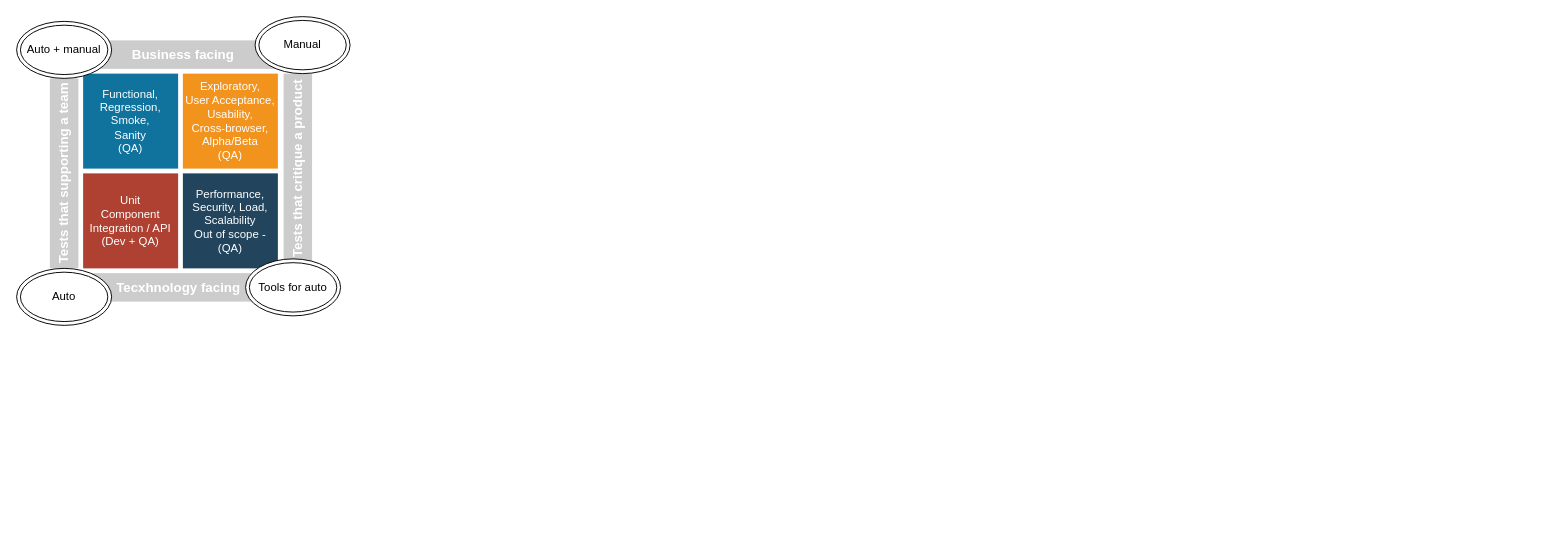
The draw.io diagram testing quadrant.drawio in NataliaShylina/inzyneria_oprogramowania_25, before the edit. Source tidied: cells renumbered, new cells numbered last; positions are measured from the earlier drawing's top-left corner, leaving out a move shared by most shapes. Both pictures are drawn from the tidied source at 95%, with x=0, y=0 at pixel (16, 16).
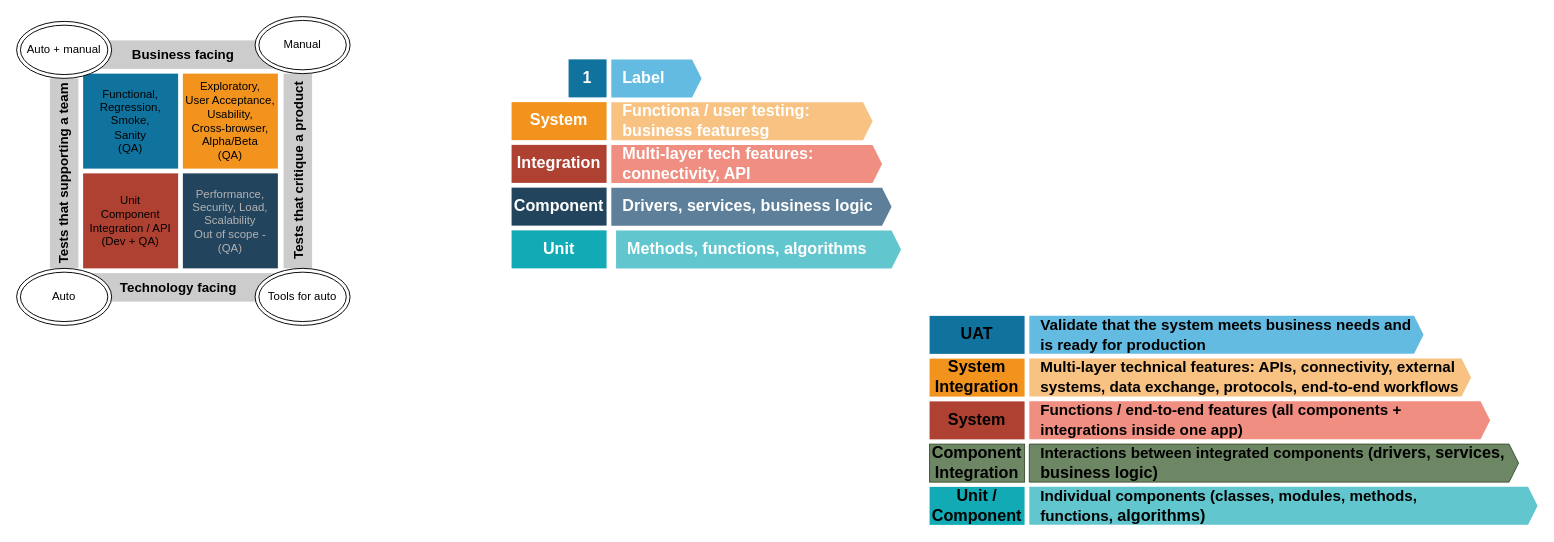
The same diagram, later.

Change to the diagram source:
```diff
@@
-    <mxCell id="2" value="Functional,&lt;div&gt;Regression,&lt;/div&gt;&lt;div&gt;Smoke,&lt;/div&gt;&lt;div&gt;Sanity&lt;/div&gt;&lt;div&gt;(QA)&lt;/div&gt;" style="html=1;fillColor=#10739E;strokeColor=none;shadow=0;fontSize=12;fontColor=#FFFFFF;align=center;fontStyle=0;whiteSpace=wrap;rounded=0;" parent="1" vertex="1">
+    <mxCell id="2" value="Functional,&lt;div&gt;Regression,&lt;/div&gt;&lt;div&gt;Smoke,&lt;/div&gt;&lt;div&gt;Sanity&lt;/div&gt;&lt;div&gt;(QA)&lt;/div&gt;" style="html=1;fillColor=#10739E;strokeColor=none;shadow=0;fontSize=12;fontColor=#000000;align=center;fontStyle=0;whiteSpace=wrap;rounded=0;" parent="1" vertex="1">
       <mxGeometry x="70" y="60" width="100" height="100" as="geometry" />
     </mxCell>
-    <mxCell id="3" value="Exploratory,&lt;div&gt;User Acceptance,&lt;/div&gt;&lt;div&gt;Usability,&lt;/div&gt;&lt;div&gt;Cross-browser,&lt;/div&gt;&lt;div&gt;Alpha/Beta&lt;/div&gt;&lt;div&gt;(QA)&lt;/div&gt;" style="html=1;fillColor=#F2931E;strokeColor=none;shadow=0;fontSize=12;fontColor=#FFFFFF;align=center;fontStyle=0;whiteSpace=wrap;rounded=0;" parent="1" vertex="1">
+    <mxCell id="3" value="Exploratory,&lt;div&gt;User Acceptance,&lt;/div&gt;&lt;div&gt;Usability,&lt;/div&gt;&lt;div&gt;Cross-browser,&lt;/div&gt;&lt;div&gt;Alpha/Beta&lt;/div&gt;&lt;div&gt;(QA)&lt;/div&gt;" style="html=1;fillColor=#F2931E;strokeColor=none;shadow=0;fontSize=12;fontColor=#000000;align=center;fontStyle=0;whiteSpace=wrap;rounded=0;" parent="1" vertex="1">
       <mxGeometry x="175" y="60" width="100" height="100" as="geometry" />
     </mxCell>
-    <mxCell id="4" value="Unit&lt;div&gt;Component&lt;/div&gt;&lt;div&gt;Integration / API&lt;/div&gt;&lt;div&gt;(Dev + QA)&lt;/div&gt;" style="html=1;fillColor=#AE4132;strokeColor=none;shadow=0;fontSize=12;fontColor=#FFFFFF;align=center;fontStyle=0;whiteSpace=wrap;rounded=0;" parent="1" vertex="1">
+    <mxCell id="4" value="Unit&lt;div&gt;Component&lt;/div&gt;&lt;div&gt;Integration / API&lt;/div&gt;&lt;div&gt;(Dev + QA)&lt;/div&gt;" style="html=1;fillColor=#AE4132;strokeColor=none;shadow=0;fontSize=12;fontColor=#000000;align=center;fontStyle=0;whiteSpace=wrap;rounded=0;" parent="1" vertex="1">
       <mxGeometry x="70" y="165" width="100" height="100" as="geometry" />
     </mxCell>
-    <mxCell id="5" value="Performance,&lt;div&gt;Security, Load,&lt;/div&gt;&lt;div&gt;Scalability&lt;/div&gt;&lt;div&gt;Out of scope - (QA)&lt;/div&gt;" style="html=1;fillColor=#23445D;strokeColor=none;shadow=0;fontSize=12;fontColor=#FFFFFF;align=center;fontStyle=0;whiteSpace=wrap;rounded=0;" parent="1" vertex="1">
+    <mxCell id="5" value="Performance,&lt;div&gt;Security, Load,&lt;/div&gt;&lt;div&gt;Scalability&lt;/div&gt;&lt;div&gt;Out of scope - (QA)&lt;/div&gt;" style="html=1;fillColor=#23445D;strokeColor=none;shadow=0;fontSize=12;fontColor=#B3B3B3;align=center;fontStyle=0;whiteSpace=wrap;rounded=0;" parent="1" vertex="1">
       <mxGeometry x="175" y="165" width="100" height="100" as="geometry" />
     </mxCell>
-    <mxCell id="6" value="Tecxhnology facing" style="html=1;fillColor=#CCCCCC;strokeColor=none;shadow=0;fontSize=14;fontColor=#FFFFFF;align=center;fontStyle=1;whiteSpace=wrap;horizontal=0;rounded=0;rotation=90;" parent="1" vertex="1">
+    <mxCell id="6" value="Technology facing" style="html=1;fillColor=#CCCCCC;strokeColor=none;shadow=0;fontSize=14;fontColor=#000000;align=center;fontStyle=1;whiteSpace=wrap;horizontal=0;rounded=0;rotation=90;" parent="1" vertex="1">
       <mxGeometry x="155.5" y="182.5" width="30" height="205" as="geometry" />
     </mxCell>
-    <mxCell id="7" value="Tests that supporting a team" style="html=1;fillColor=#CCCCCC;strokeColor=none;shadow=0;fontSize=14;fontColor=#FFFFFF;align=center;fontStyle=1;whiteSpace=wrap;horizontal=0;rounded=0;" parent="1" vertex="1">
+    <mxCell id="7" value="Tests that supporting a team" style="html=1;fillColor=#CCCCCC;strokeColor=none;shadow=0;fontSize=14;fontColor=#000000;align=center;fontStyle=1;whiteSpace=wrap;horizontal=0;rounded=0;" parent="1" vertex="1">
       <mxGeometry x="35" y="65" width="30" height="200" as="geometry" />
     </mxCell>
-    <mxCell id="8" value="Business facing" style="html=1;fillColor=#CCCCCC;strokeColor=none;shadow=0;fontSize=14;fontColor=#FFFFFF;align=center;fontStyle=1;whiteSpace=wrap;rounded=0;" parent="1" vertex="1">
+    <mxCell id="8" value="Business facing" style="html=1;fillColor=#CCCCCC;strokeColor=none;shadow=0;fontSize=14;fontColor=#000000;align=center;fontStyle=1;whiteSpace=wrap;rounded=0;" parent="1" vertex="1">
       <mxGeometry x="70" y="25" width="211" height="30" as="geometry" />
     </mxCell>
-    <mxCell id="9" value="Tests that critique a product" style="html=1;fillColor=#CCCCCC;strokeColor=none;shadow=0;fontSize=14;fontColor=#FFFFFF;align=center;fontStyle=1;whiteSpace=wrap;rounded=0;rotation=-90;" parent="1" vertex="1">
-      <mxGeometry x="196" y="145" width="200" height="30" as="geometry" />
+    <mxCell id="9" value="Tests that critique a product" style="html=1;fillColor=#CCCCCC;strokeColor=none;shadow=0;fontSize=14;fontColor=#000000;align=center;fontStyle=1;whiteSpace=wrap;rounded=0;rotation=-90;" parent="1" vertex="1">
+      <mxGeometry x="193.5" y="147.5" width="205" height="30" as="geometry" />
     </mxCell>
@@
     <mxCell id="13" value="Tools for auto" style="ellipse;shape=doubleEllipse;whiteSpace=wrap;html=1;" parent="1" vertex="1">
-      <mxGeometry x="241" y="255" width="100" height="60" as="geometry" />
+      <mxGeometry x="251" y="265" width="100" height="60" as="geometry" />
     </mxCell>
+    <mxCell id="14" value="1" style="html=1;whiteSpace=wrap;fillColor=#10739E;strokeColor=none;shadow=0;fontSize=17;fontColor=#FFFFFF;align=center;fontStyle=1;rounded=0;" parent="1" vertex="1">
+      <mxGeometry x="581" y="45" width="40" height="40" as="geometry" />
+    </mxCell>
+    <mxCell id="15" value="Label" style="shape=mxgraph.infographic.ribbonSimple;notch1=0;notch2=10;notch=0;html=1;whiteSpace=wrap;fillColor=#64BBE2;strokeColor=none;shadow=0;fontSize=17;fontColor=#FFFFFF;align=left;spacingLeft=10;fontStyle=1;" parent="1" vertex="1">
+      <mxGeometry x="626" y="45" width="95" height="40" as="geometry" />
+    </mxCell>
+    <mxCell id="16" value="System" style="html=1;whiteSpace=wrap;fillColor=#F2931E;strokeColor=none;shadow=0;fontSize=17;fontColor=#FFFFFF;align=center;fontStyle=1;rounded=0;" parent="1" vertex="1">
+      <mxGeometry x="521" y="90" width="100" height="40" as="geometry" />
+    </mxCell>
+    <mxCell id="17" value="Functiona / user testing: business featuresg" style="shape=mxgraph.infographic.ribbonSimple;notch1=0;notch2=10;notch=0;html=1;whiteSpace=wrap;fillColor=#F8C382;strokeColor=none;shadow=0;fontSize=17;fontColor=#FFFFFF;align=left;spacingLeft=10;fontStyle=1;" parent="1" vertex="1">
+      <mxGeometry x="626" y="90" width="275" height="40" as="geometry" />
+    </mxCell>
+    <mxCell id="18" value="Integration" style="html=1;whiteSpace=wrap;fillColor=#AE4132;strokeColor=none;shadow=0;fontSize=17;fontColor=#FFFFFF;align=center;fontStyle=1;rounded=0;" parent="1" vertex="1">
+      <mxGeometry x="521" y="135" width="100" height="40" as="geometry" />
+    </mxCell>
+    <mxCell id="19" value="Multi-layer tech features: connectivity, API" style="shape=mxgraph.infographic.ribbonSimple;notch1=0;notch2=10;notch=0;html=1;whiteSpace=wrap;fillColor=#F08E81;strokeColor=none;shadow=0;fontSize=17;fontColor=#FFFFFF;align=left;spacingLeft=10;fontStyle=1;" parent="1" vertex="1">
+      <mxGeometry x="626" y="135" width="285" height="40" as="geometry" />
+    </mxCell>
+    <mxCell id="20" value="Component" style="html=1;whiteSpace=wrap;fillColor=#23445D;strokeColor=none;shadow=0;fontSize=17;fontColor=#FFFFFF;align=center;fontStyle=1;rounded=0;" parent="1" vertex="1">
+      <mxGeometry x="521" y="180" width="100" height="40" as="geometry" />
+    </mxCell>
+    <mxCell id="21" value="Drivers, services, business logic" style="shape=mxgraph.infographic.ribbonSimple;notch1=0;notch2=10;notch=0;html=1;whiteSpace=wrap;fillColor=#5D7F99;strokeColor=none;shadow=0;fontSize=17;fontColor=#FFFFFF;align=left;spacingLeft=10;fontStyle=1;" parent="1" vertex="1">
+      <mxGeometry x="626" y="180" width="295" height="40" as="geometry" />
+    </mxCell>
+    <mxCell id="22" value="&lt;span style=&quot;text-align: left;&quot;&gt;Unit&lt;/span&gt;" style="html=1;whiteSpace=wrap;fillColor=#12AAB5;strokeColor=none;shadow=0;fontSize=17;fontColor=#FFFFFF;align=center;fontStyle=1;rounded=0;" parent="1" vertex="1">
+      <mxGeometry x="521" y="225" width="100" height="40" as="geometry" />
+    </mxCell>
+    <mxCell id="23" value="Methods, functions, algorithms" style="shape=mxgraph.infographic.ribbonSimple;notch1=0;notch2=10;notch=0;html=1;whiteSpace=wrap;fillColor=#61C6CE;strokeColor=none;shadow=0;fontSize=17;fontColor=#FFFFFF;align=left;spacingLeft=10;fontStyle=1;" parent="1" vertex="1">
+      <mxGeometry x="631" y="225" width="300" height="40" as="geometry" />
+    </mxCell>
+    <mxCell id="24" value="UAT" style="html=1;whiteSpace=wrap;fillColor=#10739E;strokeColor=none;shadow=0;fontSize=17;fontColor=#000000;align=center;fontStyle=1;rounded=0;" parent="1" vertex="1">
+      <mxGeometry x="961" y="315" width="100" height="40" as="geometry" />
+    </mxCell>
+    <mxCell id="25" value="&lt;span style=&quot;caret-color: rgb(0, 0, 0); color: rgb(0, 0, 0); font-size: medium;&quot;&gt;Validate that the system meets business needs and is ready for production&lt;/span&gt;" style="shape=mxgraph.infographic.ribbonSimple;notch1=0;notch2=10;notch=0;html=1;whiteSpace=wrap;fillColor=#64BBE2;strokeColor=none;shadow=0;fontSize=17;fontColor=#FFFFFF;align=left;spacingLeft=10;fontStyle=1;" parent="1" vertex="1">
+      <mxGeometry x="1066" y="315" width="415" height="40" as="geometry" />
+    </mxCell>
+    <mxCell id="26" value="System Integration" style="html=1;whiteSpace=wrap;fillColor=#F2931E;strokeColor=none;shadow=0;fontSize=17;fontColor=#000000;align=center;fontStyle=1;rounded=0;" parent="1" vertex="1">
+      <mxGeometry x="961" y="360" width="100" height="40" as="geometry" />
+    </mxCell>
+    <mxCell id="27" value="&lt;span style=&quot;font-size: medium;&quot;&gt;Multi-layer technical features: APIs, connectivity, external systems,&amp;nbsp;&lt;/span&gt;&lt;span style=&quot;font-size: medium;&quot;&gt;data exchange, protocols, end-to-end workflows&lt;/span&gt;" style="shape=mxgraph.infographic.ribbonSimple;notch1=0;notch2=10;notch=0;html=1;whiteSpace=wrap;fillColor=#F8C382;strokeColor=none;shadow=0;fontSize=17;fontColor=#000000;align=left;spacingLeft=10;fontStyle=1;" parent="1" vertex="1">
+      <mxGeometry x="1066" y="360" width="465" height="40" as="geometry" />
+    </mxCell>
+    <mxCell id="28" value="System" style="html=1;whiteSpace=wrap;fillColor=#AE4132;strokeColor=none;shadow=0;fontSize=17;fontColor=#000000;align=center;fontStyle=1;rounded=0;" parent="1" vertex="1">
+      <mxGeometry x="961" y="405" width="100" height="40" as="geometry" />
+    </mxCell>
+    <mxCell id="29" value="&lt;span style=&quot;font-size: medium;&quot;&gt;Functions / end-to-end features (&lt;/span&gt;&lt;span style=&quot;font-size: medium;&quot;&gt;all components + integrations inside one app)&lt;/span&gt;" style="shape=mxgraph.infographic.ribbonSimple;notch1=0;notch2=10;notch=0;html=1;whiteSpace=wrap;fillColor=#F08E81;strokeColor=none;shadow=0;fontSize=17;fontColor=#000000;align=left;spacingLeft=10;fontStyle=1;" parent="1" vertex="1">
+      <mxGeometry x="1066" y="405" width="485" height="40" as="geometry" />
+    </mxCell>
+    <mxCell id="30" value="Component Integration" style="html=1;whiteSpace=wrap;fillColor=#6d8764;strokeColor=#3A5431;shadow=0;fontSize=17;fontColor=#000000;align=center;fontStyle=1;rounded=0;" parent="1" vertex="1">
+      <mxGeometry x="961" y="450" width="100" height="40" as="geometry" />
+    </mxCell>
+    <mxCell id="31" value="&lt;span style=&quot;font-size: medium;&quot;&gt;Interactions between integrated components (d&lt;/span&gt;rivers, services, business logic)" style="shape=mxgraph.infographic.ribbonSimple;notch1=0;notch2=10;notch=0;html=1;whiteSpace=wrap;fillColor=#6d8764;strokeColor=#3A5431;shadow=0;fontSize=17;fontColor=#000000;align=left;spacingLeft=10;fontStyle=1;" parent="1" vertex="1">
+      <mxGeometry x="1066" y="450" width="515" height="40" as="geometry" />
+    </mxCell>
+    <mxCell id="32" value="&lt;span style=&quot;text-align: left;&quot;&gt;Unit / Component&lt;/span&gt;" style="html=1;whiteSpace=wrap;fillColor=#12AAB5;strokeColor=none;shadow=0;fontSize=17;fontColor=#000000;align=center;fontStyle=1;rounded=0;" parent="1" vertex="1">
+      <mxGeometry x="961" y="495" width="100" height="40" as="geometry" />
+    </mxCell>
+    <mxCell id="33" value="&lt;span style=&quot;color: rgb(0, 0, 0);&quot;&gt;&lt;span style=&quot;font-size: medium;&quot;&gt;Individual components (classes, modules, methods, functions,&lt;/span&gt;&amp;nbsp;algorithms)&lt;/span&gt;" style="shape=mxgraph.infographic.ribbonSimple;notch1=0;notch2=10;notch=0;html=1;whiteSpace=wrap;fillColor=#61C6CE;strokeColor=none;shadow=0;fontSize=17;fontColor=#000000;align=left;spacingLeft=10;fontStyle=1;" parent="1" vertex="1">
+      <mxGeometry x="1066" y="495" width="535" height="40" as="geometry" />
+    </mxCell>
```
